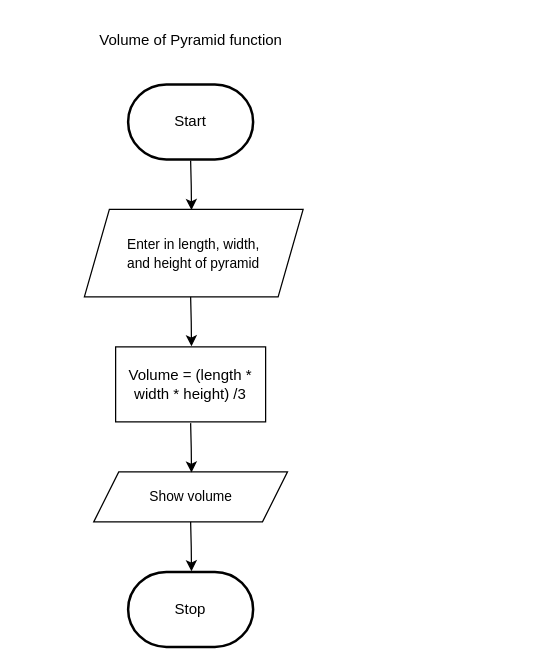
Before: design/flowchart.drawio in MTHS-ICD2O-1-2024/ICD2O-Unit-3-02-Ain-Jeong, a draw.io diagram. Source tidied: cells renumbered, new cells numbered last; positions are measured from the earlier drawing's top-left corner, leaving out a move shared by most shapes. Both pictures are drawn from the tidied source at 125%, with x=0, y=0 at pixel (84, 21).
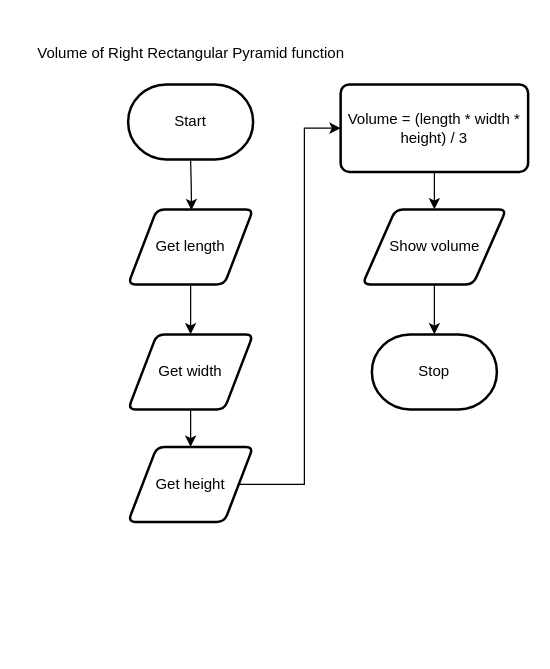
The same page after the edit.

Diff of the diagram source:
```diff
@@
 <mxGraphModel>
   <root>
     <mxCell id="0" />
     <mxCell id="1" parent="0" />
     <mxCell id="2" style="edgeStyle=orthogonalEdgeStyle;html=1;rounded=0;entryX=0.451;entryY=-0.005;entryDx=0;entryDy=0;entryPerimeter=0;" parent="1" edge="1">
       <mxGeometry relative="1" as="geometry">
         <mxPoint x="85" y="111" as="sourcePoint" />
         <mxPoint x="85.7" y="150.6" as="targetPoint" />
       </mxGeometry>
     </mxCell>
     <mxCell id="3" value="Start" style="strokeWidth=2;html=1;shape=mxgraph.flowchart.terminator;whiteSpace=wrap;" parent="1" vertex="1">
       <mxGeometry x="35" y="50" width="100" height="60" as="geometry" />
     </mxCell>
     <mxCell id="4" value="Stop" style="strokeWidth=2;html=1;shape=mxgraph.flowchart.terminator;whiteSpace=wrap;" parent="1" vertex="1">
-      <mxGeometry x="35" y="440" width="100" height="60" as="geometry" />
+      <mxGeometry x="230" y="250" width="100" height="60" as="geometry" />
     </mxCell>
-    <mxCell id="5" value="Volume of Pyramid function" style="text;html=1;align=center;verticalAlign=middle;strokeColor=none;fillColor=none;" parent="1" vertex="1">
-      <mxGeometry width="170" height="30" as="geometry" />
+    <mxCell id="5" value="Volume of Right Rectangular Pyramid function" style="text;html=1;align=center;verticalAlign=middle;strokeColor=none;fillColor=none;" parent="1" vertex="1">
+      <mxGeometry x="-50" y="10" width="270" height="30" as="geometry" />
     </mxCell>
+    <mxCell id="12" style="edgeStyle=none;html=1;entryX=0.5;entryY=0;entryDx=0;entryDy=0;" parent="1" edge="1" source="13" target="15">
+      <mxGeometry relative="1" as="geometry" />
+    </mxCell>
+    <mxCell id="13" value="Get length" style="shape=parallelogram;html=1;strokeWidth=2;perimeter=parallelogramPerimeter;whiteSpace=wrap;rounded=1;arcSize=12;size=0.23;" parent="1" vertex="1">
+      <mxGeometry x="35" y="150" width="100" height="60" as="geometry" />
+    </mxCell>
+    <mxCell id="14" style="edgeStyle=none;html=1;entryX=0.5;entryY=0;entryDx=0;entryDy=0;" parent="1" edge="1" source="15" target="17">
+      <mxGeometry relative="1" as="geometry" />
+    </mxCell>
+    <mxCell id="15" value="Get width" style="shape=parallelogram;html=1;strokeWidth=2;perimeter=parallelogramPerimeter;whiteSpace=wrap;rounded=1;arcSize=12;size=0.23;" parent="1" vertex="1">
+      <mxGeometry x="35" y="250" width="100" height="60" as="geometry" />
+    </mxCell>
+    <mxCell id="16" style="edgeStyle=orthogonalEdgeStyle;html=1;rounded=0;entryX=0;entryY=0.5;entryDx=0;entryDy=0;" parent="1" edge="1" source="17" target="19">
+      <mxGeometry relative="1" as="geometry">
+        <Array as="points">
+          <mxPoint x="176" y="370" />
+          <mxPoint x="176" y="85" />
+        </Array>
+      </mxGeometry>
+    </mxCell>
+    <mxCell id="17" value="Get height" style="shape=parallelogram;html=1;strokeWidth=2;perimeter=parallelogramPerimeter;whiteSpace=wrap;rounded=1;arcSize=12;size=0.23;" parent="1" vertex="1">
+      <mxGeometry x="35" y="340" width="100" height="60" as="geometry" />
+    </mxCell>
+    <mxCell id="18" style="edgeStyle=none;html=1;entryX=0.5;entryY=0;entryDx=0;entryDy=0;" parent="1" edge="1" source="19" target="6">
+      <mxGeometry relative="1" as="geometry" />
+    </mxCell>
+    <mxCell id="19" value="Volume = (length * width * height) / 3" style="rounded=1;whiteSpace=wrap;html=1;absoluteArcSize=1;arcSize=14;strokeWidth=2;" parent="1" vertex="1">
+      <mxGeometry x="205" y="50" width="150" height="70" as="geometry" />
+    </mxCell>
-    <mxCell id="6" value="&lt;font style=&quot;font-size: 11px;&quot;&gt;Show volume&lt;/font&gt;" style="shape=parallelogram;perimeter=parallelogramPerimeter;whiteSpace=wrap;html=1;fixedSize=1;" parent="1" vertex="1">
-      <mxGeometry x="7.5" y="360" width="155" height="40" as="geometry" />
+    <mxCell id="6" value="Show volume" style="shape=parallelogram;html=1;strokeWidth=2;perimeter=parallelogramPerimeter;whiteSpace=wrap;rounded=1;arcSize=12;size=0.23;" parent="1" vertex="1">
+      <mxGeometry x="222.5" y="150" width="115" height="60" as="geometry" />
     </mxCell>
-    <mxCell id="7" value="&lt;span style=&quot;color: rgb(0, 0, 0);&quot;&gt;Volume = (length * width * height) /3&lt;/span&gt;" style="rounded=0;whiteSpace=wrap;html=1;" parent="1" vertex="1">
-      <mxGeometry x="25" y="260" width="120" height="60" as="geometry" />
-    </mxCell>
-    <mxCell id="8" value="&lt;font style=&quot;font-size: 11px;&quot;&gt;Enter in length, width,&lt;/font&gt;&lt;div&gt;&lt;font style=&quot;font-size: 11px;&quot;&gt;and height of pyramid&lt;/font&gt;&lt;/div&gt;" style="shape=parallelogram;perimeter=parallelogramPerimeter;whiteSpace=wrap;html=1;fixedSize=1;" parent="1" vertex="1">
-      <mxGeometry y="150" width="175" height="70" as="geometry" />
-    </mxCell>
-    <mxCell id="9" style="edgeStyle=orthogonalEdgeStyle;html=1;rounded=0;entryX=0.451;entryY=-0.005;entryDx=0;entryDy=0;entryPerimeter=0;" parent="1" edge="1">
-      <mxGeometry relative="1" as="geometry">
-        <mxPoint x="85" y="220" as="sourcePoint" />
-        <mxPoint x="85.7" y="259.6" as="targetPoint" />
-      </mxGeometry>
-    </mxCell>
-    <mxCell id="10" style="edgeStyle=orthogonalEdgeStyle;html=1;rounded=0;entryX=0.451;entryY=-0.005;entryDx=0;entryDy=0;entryPerimeter=0;" parent="1" edge="1">
-      <mxGeometry relative="1" as="geometry">
-        <mxPoint x="85" y="321" as="sourcePoint" />
-        <mxPoint x="85.7" y="360.6" as="targetPoint" />
-      </mxGeometry>
-    </mxCell>
-    <mxCell id="11" style="edgeStyle=orthogonalEdgeStyle;html=1;rounded=0;entryX=0.451;entryY=-0.005;entryDx=0;entryDy=0;entryPerimeter=0;" parent="1" edge="1">
-      <mxGeometry relative="1" as="geometry">
-        <mxPoint x="85" y="400" as="sourcePoint" />
-        <mxPoint x="85.7" y="439.6" as="targetPoint" />
-      </mxGeometry>
-    </mxCell>
+    <mxCell id="20" style="edgeStyle=none;html=1;entryX=0.5;entryY=0;entryDx=0;entryDy=0;entryPerimeter=0;" parent="1" edge="1" source="6" target="4">
+      <mxGeometry relative="1" as="geometry" />
+    </mxCell>
   </root>
 </mxGraphModel>
```
